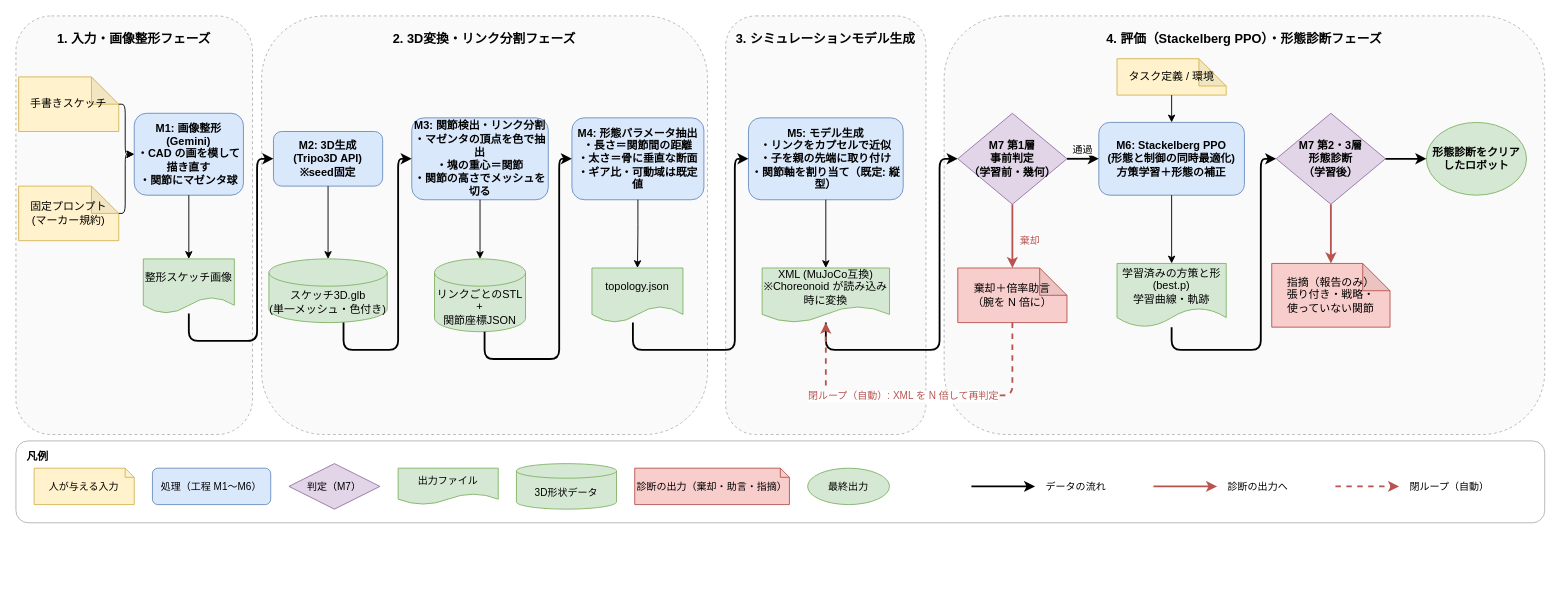
Above: docs/研究応用/執筆/システム図.drawio in 233301koshiro/StackelbergPPO (draw.io), before the change. Source tidied: cells renumbered, new cells numbered last; positions are measured from the earlier drawing's top-left corner, leaving out a move shared by most shapes. Both pictures are drawn from the tidied source at 91%, with x=0, y=0 at pixel (15, 15).
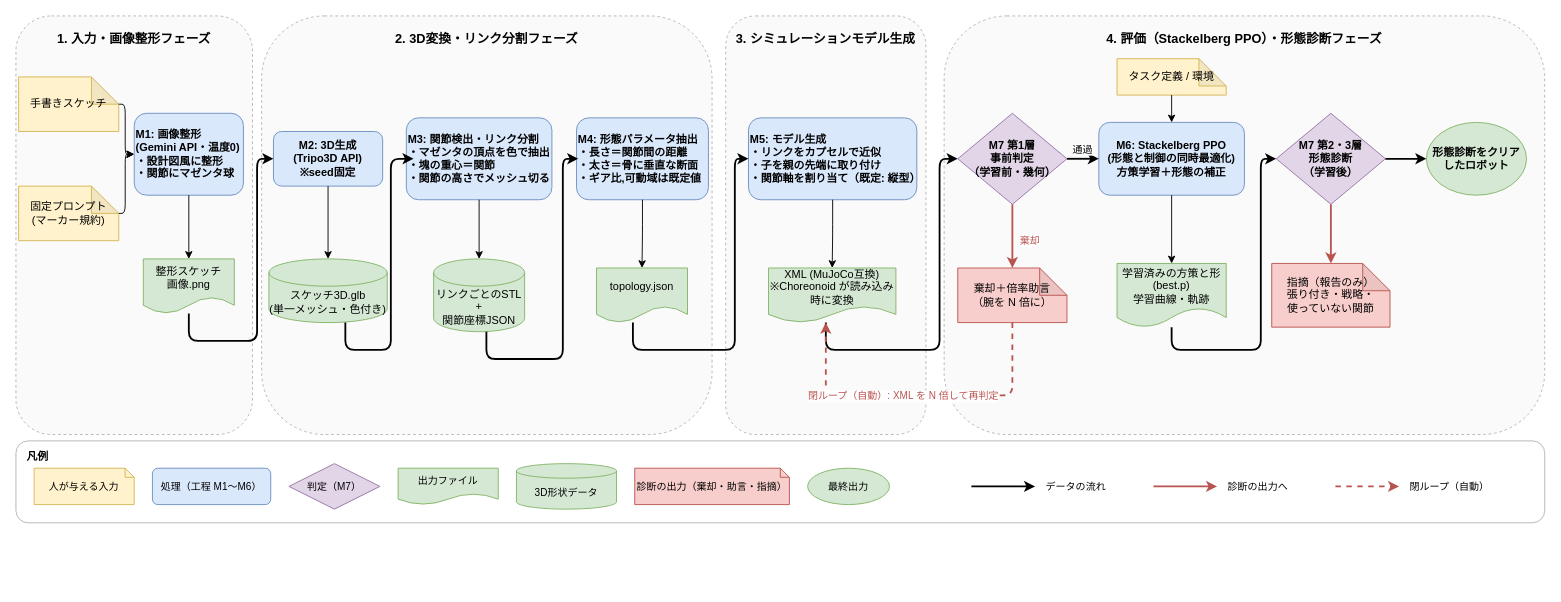
After the change.

Commit message:
システム図: ユーザーが 10-29 に手で直した版（M1 を「Gemini API・温度0／設計図風に整形」、出力を「整形スケッチ画像.png」、M3〜M5 の箱の幅と位置）

The change refers to these unchanged cells:
```xml
<mxCell id="14" value="スケッチ3D.glb&#10;(単一メッシュ・色付き)" style="shape=cylinder3;whiteSpace=wrap;html=1;boundedLbl=1;backgroundOutline=1;size=15;fillColor=#d5e8d4;strokeColor=#82b366;" parent="1" vertex="1">
  <mxGeometry x="278" y="267" width="130" height="70" as="geometry" />
</mxCell>
```

Change to the diagram source:
```diff
@@
     <mxCell id="3" value="2. 3D変換・リンク分割フェーズ" style="rounded=1;whiteSpace=wrap;html=1;dashed=1;fillColor=#fafafa;verticalAlign=top;fontStyle=1;fontSize=14;spacingTop=10;strokeColor=#b3b3b3;" parent="1" vertex="1">
-      <mxGeometry x="270" width="490" height="460" as="geometry" />
+      <mxGeometry x="270" width="495" height="460" as="geometry" />
     </mxCell>
@@
-    <mxCell id="8" value="M1: 画像整形&#10;(Gemini)&#10;・CAD の画を模して描き直す&#10;・関節にマゼンタ球" style="rounded=1;whiteSpace=wrap;html=1;fillColor=#dae8fc;strokeColor=#6c8ebf;fontStyle=1;" parent="1" vertex="1">
+    <mxCell id="8" value="M1: 画像整形&lt;br&gt;(Gemini API・温度0)&lt;br&gt;・設計図風に整形&lt;br&gt;・関節にマゼンタ球" style="rounded=1;whiteSpace=wrap;html=1;fillColor=#dae8fc;strokeColor=#6c8ebf;fontStyle=1;align=left;" parent="1" vertex="1">
       <mxGeometry x="130" y="107" width="120" height="90" as="geometry" />
     </mxCell>
-    <mxCell id="9" value="整形スケッチ画像" style="shape=document;whiteSpace=wrap;html=1;boundedLbl=1;fillColor=#d5e8d4;strokeColor=#82b366;" parent="1" vertex="1">
+    <mxCell id="9" value="整形スケッチ&lt;br&gt;画像.png" style="shape=document;whiteSpace=wrap;html=1;boundedLbl=1;fillColor=#d5e8d4;strokeColor=#82b366;" parent="1" vertex="1">
       <mxGeometry x="140" y="267" width="100" height="60" as="geometry" />
     </mxCell>
@@
-    <mxCell id="15" value="M3: 関節検出・リンク分割&#10;・マゼンタの頂点を色で抽出&#10;・塊の重心＝関節&#10;・関節の高さでメッシュを切る" style="rounded=1;whiteSpace=wrap;html=1;fillColor=#dae8fc;strokeColor=#6c8ebf;fontStyle=1;" parent="1" vertex="1">
-      <mxGeometry x="435" y="112" width="150" height="90" as="geometry" />
+    <mxCell id="15" value="M3: 関節検出・リンク分割&lt;br&gt;・マゼンタの頂点を色で抽出&lt;br&gt;・塊の重心＝関節&lt;br&gt;・関節の高さでメッシュ切る" style="rounded=1;whiteSpace=wrap;html=1;fillColor=#dae8fc;strokeColor=#6c8ebf;fontStyle=1;align=left;" parent="1" vertex="1">
+      <mxGeometry x="429" y="112" width="160" height="90" as="geometry" />
     </mxCell>
     <mxCell id="16" value="リンクごとのSTL&#10;+&#10;関節座標JSON" style="shape=cylinder3;whiteSpace=wrap;html=1;boundedLbl=1;backgroundOutline=1;size=15;fillColor=#d5e8d4;strokeColor=#82b366;" parent="1" vertex="1">
-      <mxGeometry x="460" y="267" width="100" height="80" as="geometry" />
+      <mxGeometry x="459" y="267" width="100" height="80" as="geometry" />
     </mxCell>
-    <mxCell id="17" value="M4: 形態パラメータ抽出&#10;・長さ＝関節間の距離&#10;・太さ＝骨に垂直な断面&#10;・ギア比・可動域は既定値" style="rounded=1;whiteSpace=wrap;html=1;fillColor=#dae8fc;strokeColor=#6c8ebf;fontStyle=1;" parent="1" vertex="1">
-      <mxGeometry x="611" y="112" width="145" height="90" as="geometry" />
+    <mxCell id="17" value="M4: 形態パラメータ抽出&lt;br&gt;・長さ＝関節間の距離&lt;br&gt;・太さ＝骨に垂直な断面&lt;br&gt;・ギア比,可動域は既定値" style="rounded=1;whiteSpace=wrap;html=1;fillColor=#dae8fc;strokeColor=#6c8ebf;fontStyle=1;align=left;" parent="1" vertex="1">
+      <mxGeometry x="616" y="112" width="145" height="90" as="geometry" />
     </mxCell>
     <mxCell id="18" value="topology.json" style="shape=document;whiteSpace=wrap;html=1;boundedLbl=1;fillColor=#d5e8d4;strokeColor=#82b366;" parent="1" vertex="1">
-      <mxGeometry x="633" y="277" width="100" height="60" as="geometry" />
+      <mxGeometry x="638" y="277" width="100" height="60" as="geometry" />
     </mxCell>
@@
-    <mxCell id="21" style="edgeStyle=orthogonalEdgeStyle;rounded=1;html=1;strokeWidth=2;" parent="1" edge="1" source="14" target="15">
+    <mxCell id="21" style="edgeStyle=orthogonalEdgeStyle;rounded=1;html=1;strokeWidth=2;" parent="1" edge="1">
       <mxGeometry relative="1" as="geometry">
+        <mxPoint x="362" y="337" as="sourcePoint" />
+        <mxPoint x="437" y="157" as="targetPoint" />
         <Array as="points">
-          <mxPoint x="360" y="367" />
-          <mxPoint x="420" y="367" />
-          <mxPoint x="420" y="157" />
+          <mxPoint x="362" y="367" />
+          <mxPoint x="412" y="367" />
+          <mxPoint x="412" y="157" />
         </Array>
       </mxGeometry>
     </mxCell>
@@
-    <mxCell id="23" style="edgeStyle=orthogonalEdgeStyle;rounded=1;html=1;strokeWidth=2;" parent="1" edge="1" source="16" target="17">
+    <mxCell id="23" style="edgeStyle=orthogonalEdgeStyle;rounded=1;html=1;strokeWidth=2;" parent="1" edge="1">
       <mxGeometry relative="1" as="geometry">
+        <mxPoint x="517" y="347" as="sourcePoint" />
+        <mxPoint x="618" y="157" as="targetPoint" />
         <Array as="points">
-          <mxPoint x="515" y="377" />
-          <mxPoint x="597" y="377" />
-          <mxPoint x="597" y="157" />
+          <mxPoint x="517" y="377" />
+          <mxPoint x="601" y="377" />
+          <mxPoint x="601" y="157" />
         </Array>
       </mxGeometry>
     </mxCell>
@@
-    <mxCell id="25" value="M5: モデル生成&#10;・リンクをカプセルで近似&#10;・子を親の先端に取り付け&#10;・関節軸を割り当て（既定: 縦型）" style="rounded=1;whiteSpace=wrap;html=1;fillColor=#dae8fc;strokeColor=#6c8ebf;fontStyle=1;" parent="1" vertex="1">
-      <mxGeometry x="805" y="112" width="170" height="90" as="geometry" />
+    <mxCell id="25" value="M5: モデル生成&lt;br&gt;・リンクをカプセルで近似&lt;br&gt;・子を親の先端に取り付け&lt;br&gt;・関節軸を割り当て（既定: 縦型）" style="rounded=1;whiteSpace=wrap;html=1;fillColor=#dae8fc;strokeColor=#6c8ebf;fontStyle=1;align=left;" parent="1" vertex="1">
+      <mxGeometry x="805" y="112" width="185" height="90" as="geometry" />
     </mxCell>
     <mxCell id="26" value="XML (MuJoCo互換)&#10;※Choreonoid が読み込み時に変換" style="shape=document;whiteSpace=wrap;html=1;boundedLbl=1;fillColor=#d5e8d4;strokeColor=#82b366;" parent="1" vertex="1">
-      <mxGeometry x="820" y="277" width="140" height="60" as="geometry" />
+      <mxGeometry x="827" y="277" width="140" height="60" as="geometry" />
     </mxCell>
```
